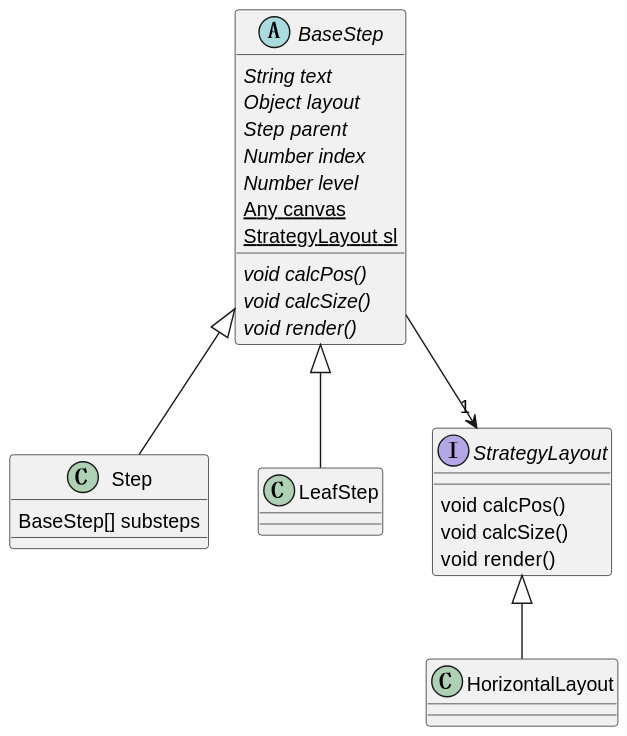
Above: src/d3/HandleSteps/uml.svg in poilkjmn22/javascript (PlantUML), before the change.
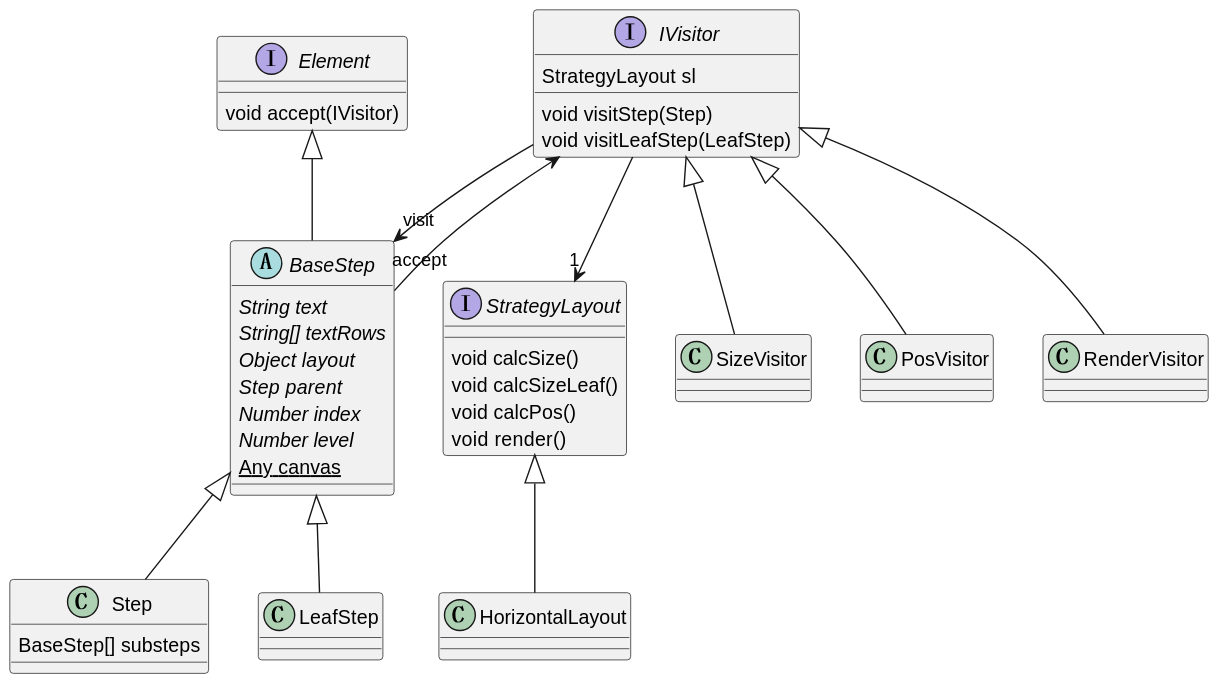
After the change.

Change to the diagram source:
```diff
@@ -1,15 +1,12 @@
 @startuml
 abstract class BaseStep {
   {abstract} String text
+  {abstract} String[] textRows
   {abstract} Object layout
   {abstract} Step parent
   {abstract} Number index
   {abstract} Number level
-  {abstract} void calcPos()
-  {abstract} void calcSize()
-  {abstract} void render()
   {static} Any canvas
-  {static} StrategyLayout sl
 }
 
 class Step {
@@ -20,18 +17,40 @@
 }
 
 interface StrategyLayout {
+  void calcSize()
+  void calcSizeLeaf()
   void calcPos()
-  void calcSize()
   void render()
 }
 
 class HorizontalLayout {
 }
 
+interface Element {
+  void accept(IVisitor)
+}
+
+interface IVisitor {
+  void visitStep(Step)
+  void visitLeafStep(LeafStep)
+  StrategyLayout sl
+}
+
+class SizeVisitor {}
+class PosVisitor {}
+class RenderVisitor {}
+
 BaseStep <|-- Step
 BaseStep <|-- LeafStep
 
-BaseStep --> "1" StrategyLayout
+Element <|-- BaseStep
+
+IVisitor --> "1" StrategyLayout
+IVisitor --> "visit" BaseStep
+IVisitor <-- "accept" BaseStep
+IVisitor <|-- SizeVisitor
+IVisitor <|-- PosVisitor
+IVisitor <|-- RenderVisitor
 
 StrategyLayout <|-- HorizontalLayout
 @enduml
```
